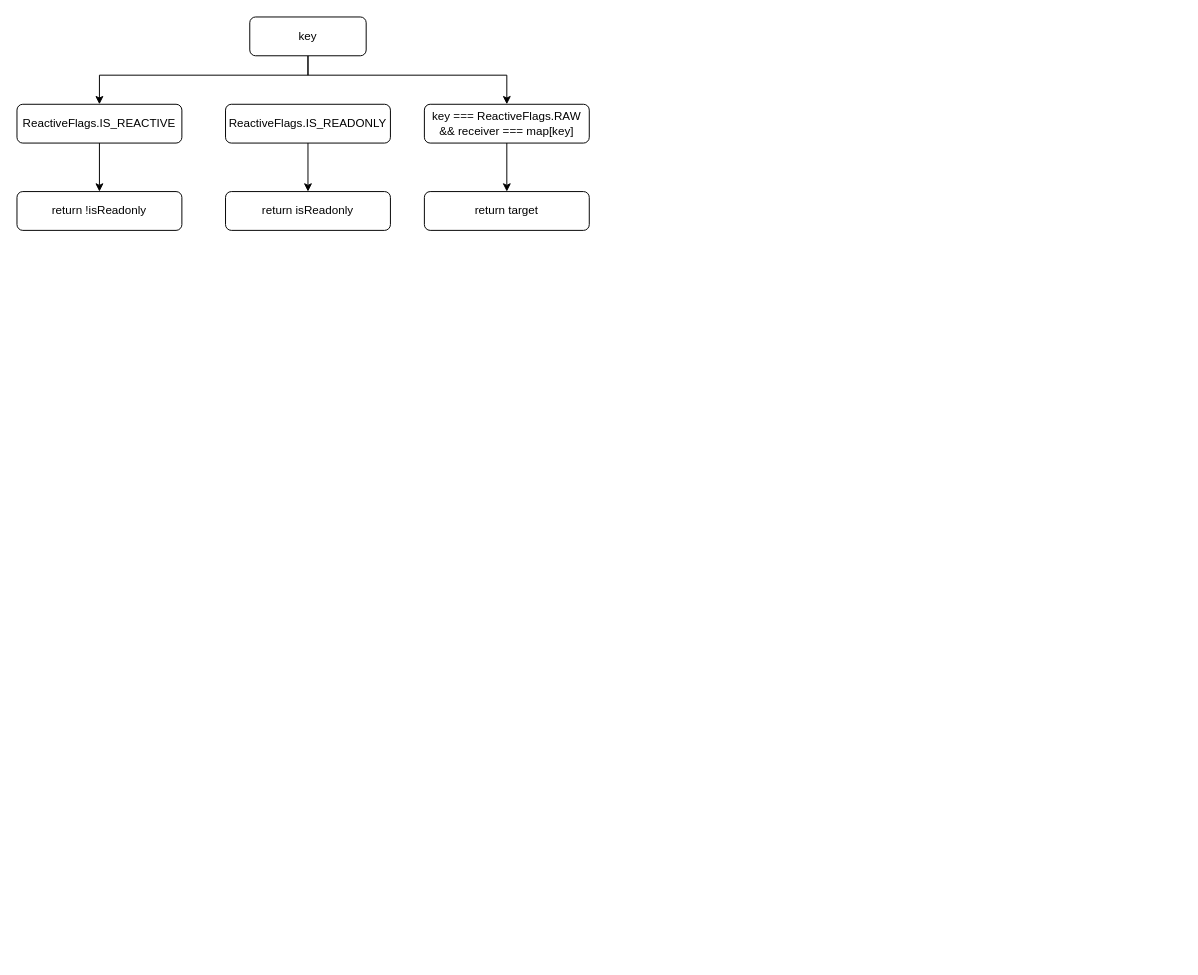
Before: public/get.drawio in cheekahao/note, a draw.io diagram. Source tidied: cells renumbered, new cells numbered last; positions are measured from the earlier drawing's top-left corner, leaving out a move shared by most shapes. Both pictures are drawn from the tidied source at 97%, with x=0, y=0 at pixel (16, 16).
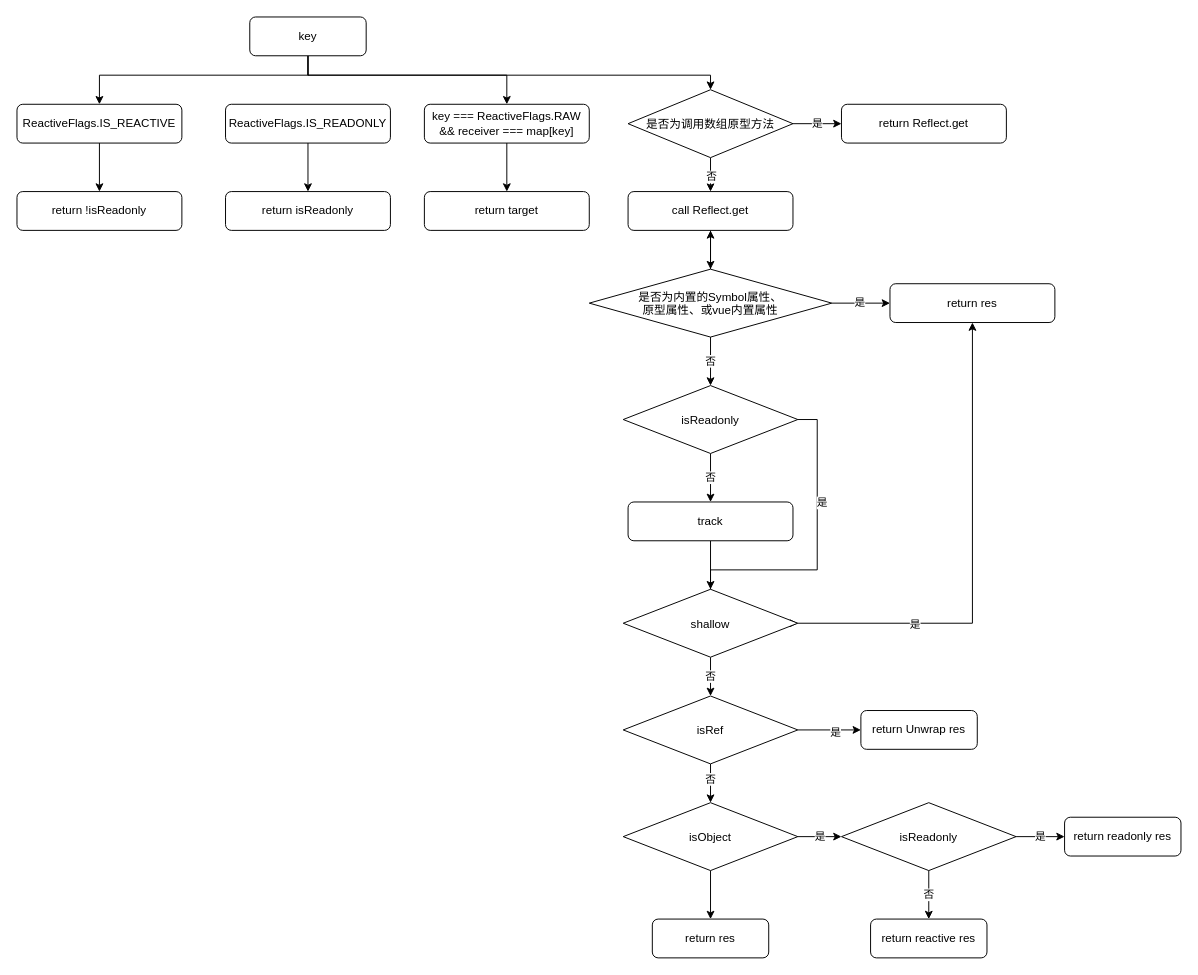
The same page after the edit.

The change refers to these unchanged cells:
```xml
<mxCell id="4" value="key" style="rounded=1;whiteSpace=wrap;fontSize=12;glass=0;strokeWidth=1;shadow=0;" parent="1" vertex="1">
  <mxGeometry x="240" width="120" height="40" as="geometry" />
</mxCell>
```

The edit, as a diff of the source:
```diff
@@
+    <mxCell id="14" style="edgeStyle=orthogonalEdgeStyle;rounded=0;jettySize=auto;html=1;" parent="1" edge="1" source="4" target="18">
+      <mxGeometry relative="1" as="geometry">
+        <Array as="points">
+          <mxPoint x="300" y="60" />
+          <mxPoint x="715" y="60" />
+        </Array>
+      </mxGeometry>
+    </mxCell>
@@
+    <mxCell id="15" value="是" style="edgeStyle=orthogonalEdgeStyle;rounded=0;jettySize=auto;html=1;" parent="1" edge="1" source="18" target="19">
+      <mxGeometry relative="1" as="geometry" />
+    </mxCell>
+    <mxCell id="16" style="edgeStyle=orthogonalEdgeStyle;rounded=0;jettySize=auto;html=1;" parent="1" edge="1" source="18" target="21">
+      <mxGeometry relative="1" as="geometry" />
+    </mxCell>
+    <mxCell id="17" value="否" style="edgeLabel;html=1;align=center;verticalAlign=middle;" parent="16" vertex="1">
+      <mxGeometry x="0.29" relative="1" as="geometry" />
+    </mxCell>
+    <mxCell id="18" value="是否为调用数组原型方法" style="rhombus;rounded=0;shadow=0;strokeWidth=1;glass=0;labelBackgroundColor=none;fontFamily=Helvetica;spacing=0;" parent="1" vertex="1">
+      <mxGeometry x="630" y="75" width="170" height="70" as="geometry" />
+    </mxCell>
+    <mxCell id="19" value="return Reflect.get" style="rounded=1;whiteSpace=wrap;fontSize=12;glass=0;strokeWidth=1;shadow=0;" parent="1" vertex="1">
+      <mxGeometry x="850" y="90" width="170" height="40" as="geometry" />
+    </mxCell>
+    <mxCell id="20" style="edgeStyle=orthogonalEdgeStyle;rounded=0;jettySize=auto;html=1;" parent="1" edge="1" source="21" target="26">
+      <mxGeometry relative="1" as="geometry" />
+    </mxCell>
+    <mxCell id="21" value="call Reflect.get" style="rounded=1;whiteSpace=wrap;fontSize=12;glass=0;strokeWidth=1;shadow=0;" parent="1" vertex="1">
+      <mxGeometry x="630" y="180" width="170" height="40" as="geometry" />
+    </mxCell>
+    <mxCell id="22" style="edgeStyle=orthogonalEdgeStyle;rounded=0;jettySize=auto;html=1;" parent="1" edge="1" source="26" target="21">
+      <mxGeometry relative="1" as="geometry" />
+    </mxCell>
+    <mxCell id="23" style="edgeStyle=orthogonalEdgeStyle;rounded=0;jettySize=auto;html=1;" parent="1" edge="1" source="26" target="27">
+      <mxGeometry relative="1" as="geometry" />
+    </mxCell>
+    <mxCell id="24" value="是" style="edgeLabel;html=1;align=center;verticalAlign=middle;" parent="23" vertex="1">
+      <mxGeometry x="-0.07" y="2" relative="1" as="geometry" />
+    </mxCell>
+    <mxCell id="25" value="否" style="edgeStyle=orthogonalEdgeStyle;rounded=0;jettySize=auto;html=1;" parent="1" edge="1" source="26" target="32">
+      <mxGeometry relative="1" as="geometry" />
+    </mxCell>
+    <mxCell id="26" value="是否为内置的Symbol属性、&#10;原型属性、或vue内置属性" style="rhombus;rounded=0;shadow=0;strokeWidth=1;glass=0;labelBackgroundColor=none;fontFamily=Helvetica;spacing=0;" parent="1" vertex="1">
+      <mxGeometry x="590" y="260" width="250" height="70" as="geometry" />
+    </mxCell>
+    <mxCell id="27" value="return res" style="rounded=1;whiteSpace=wrap;fontSize=12;glass=0;strokeWidth=1;shadow=0;" parent="1" vertex="1">
+      <mxGeometry x="900" y="275" width="170" height="40" as="geometry" />
+    </mxCell>
+    <mxCell id="28" style="edgeStyle=orthogonalEdgeStyle;rounded=0;jettySize=auto;html=1;" parent="1" edge="1" source="32" target="34">
+      <mxGeometry relative="1" as="geometry" />
+    </mxCell>
+    <mxCell id="29" value="否" style="edgeLabel;html=1;align=center;verticalAlign=middle;" parent="28" vertex="1">
+      <mxGeometry x="-0.04" y="-1" relative="1" as="geometry" />
+    </mxCell>
+    <mxCell id="30" style="edgeStyle=orthogonalEdgeStyle;rounded=0;jettySize=auto;html=1;entryX=1;entryY=0.5;entryDx=0;entryDy=0;" parent="1" edge="1" source="32" target="38">
+      <mxGeometry relative="1" as="geometry">
+        <Array as="points">
+          <mxPoint x="825" y="415" />
+          <mxPoint x="825" y="570" />
+          <mxPoint x="715" y="570" />
+          <mxPoint x="715" y="625" />
+        </Array>
+      </mxGeometry>
+    </mxCell>
+    <mxCell id="31" value="是" style="edgeLabel;html=1;align=center;verticalAlign=middle;" parent="30" vertex="1">
+      <mxGeometry x="-0.51" y="4" relative="1" as="geometry" />
+    </mxCell>
+    <mxCell id="32" value="isReadonly" style="rhombus;rounded=0;shadow=0;strokeWidth=1;glass=0;labelBackgroundColor=none;fontFamily=Helvetica;spacing=0;" parent="1" vertex="1">
+      <mxGeometry x="625" y="380" width="180" height="70" as="geometry" />
+    </mxCell>
+    <mxCell id="33" style="edgeStyle=orthogonalEdgeStyle;rounded=0;jettySize=auto;html=1;" parent="1" edge="1" source="34" target="38">
+      <mxGeometry relative="1" as="geometry" />
+    </mxCell>
+    <mxCell id="34" value="track" style="rounded=1;whiteSpace=wrap;fontSize=12;glass=0;strokeWidth=1;shadow=0;" parent="1" vertex="1">
+      <mxGeometry x="630" y="500" width="170" height="40" as="geometry" />
+    </mxCell>
+    <mxCell id="35" style="edgeStyle=orthogonalEdgeStyle;rounded=0;jettySize=auto;html=1;entryX=0.5;entryY=1;entryDx=0;entryDy=0;" parent="1" edge="1" source="38" target="27">
+      <mxGeometry relative="1" as="geometry" />
+    </mxCell>
+    <mxCell id="36" value="是" style="edgeLabel;html=1;align=center;verticalAlign=middle;" parent="35" vertex="1">
+      <mxGeometry x="-0.51" relative="1" as="geometry" />
+    </mxCell>
+    <mxCell id="37" value="否" style="edgeStyle=orthogonalEdgeStyle;rounded=0;jettySize=auto;html=1;" parent="1" edge="1" source="38" target="43">
+      <mxGeometry relative="1" as="geometry" />
+    </mxCell>
+    <mxCell id="38" value="shallow" style="rhombus;rounded=0;shadow=0;strokeWidth=1;glass=0;labelBackgroundColor=none;fontFamily=Helvetica;spacing=0;" parent="1" vertex="1">
+      <mxGeometry x="625" y="590" width="180" height="70" as="geometry" />
+    </mxCell>
+    <mxCell id="39" style="edgeStyle=orthogonalEdgeStyle;rounded=0;jettySize=auto;html=1;" parent="1" edge="1" source="43" target="45">
+      <mxGeometry relative="1" as="geometry" />
+    </mxCell>
+    <mxCell id="40" value="是" style="edgeLabel;html=1;align=center;verticalAlign=middle;" parent="39" vertex="1">
+      <mxGeometry x="0.17" y="-2" relative="1" as="geometry" />
+    </mxCell>
+    <mxCell id="41" style="edgeStyle=orthogonalEdgeStyle;rounded=0;jettySize=auto;html=1;" parent="1" edge="1" source="43" target="48">
+      <mxGeometry relative="1" as="geometry" />
+    </mxCell>
+    <mxCell id="42" value="否" style="edgeLabel;html=1;align=center;verticalAlign=middle;" parent="41" vertex="1">
+      <mxGeometry x="-0.25" y="-1" relative="1" as="geometry" />
+    </mxCell>
+    <mxCell id="43" value="isRef" style="rhombus;rounded=0;shadow=0;strokeWidth=1;glass=0;labelBackgroundColor=none;fontFamily=Helvetica;spacing=0;" parent="1" vertex="1">
+      <mxGeometry x="625" y="700" width="180" height="70" as="geometry" />
+    </mxCell>
+    <mxCell id="44" value="&lt;div style=&quot;color: rgb(212 , 212 , 212) ; background-color: rgb(30 , 30 , 30) ; font-family: &amp;#34;menlo&amp;#34; , &amp;#34;monaco&amp;#34; , &amp;#34;courier new&amp;#34; , monospace ; font-weight: normal ; font-size: 21px ; line-height: 32px&quot;&gt;&lt;br&gt;&lt;/div&gt;" style="text;whiteSpace=wrap;html=1;" parent="1" vertex="1">
+      <mxGeometry x="920" y="760" width="100" height="50" as="geometry" />
+    </mxCell>
+    <mxCell id="45" value="return Unwrap res" style="rounded=1;whiteSpace=wrap;fontSize=12;glass=0;strokeWidth=1;shadow=0;" parent="1" vertex="1">
+      <mxGeometry x="870" y="715" width="120" height="40" as="geometry" />
+    </mxCell>
+    <mxCell id="46" value="是" style="edgeStyle=orthogonalEdgeStyle;rounded=0;jettySize=auto;html=1;" parent="1" edge="1" source="48" target="52">
+      <mxGeometry relative="1" as="geometry" />
+    </mxCell>
+    <mxCell id="47" style="edgeStyle=orthogonalEdgeStyle;rounded=0;jettySize=auto;html=1;" parent="1" edge="1" source="48" target="55">
+      <mxGeometry relative="1" as="geometry" />
+    </mxCell>
+    <mxCell id="48" value="isObject" style="rhombus;rounded=0;shadow=0;strokeWidth=1;glass=0;labelBackgroundColor=none;fontFamily=Helvetica;spacing=0;" parent="1" vertex="1">
+      <mxGeometry x="625" y="810" width="180" height="70" as="geometry" />
+    </mxCell>
+    <mxCell id="49" value="是" style="edgeStyle=orthogonalEdgeStyle;rounded=0;jettySize=auto;html=1;" parent="1" edge="1" source="52" target="53">
+      <mxGeometry relative="1" as="geometry" />
+    </mxCell>
+    <mxCell id="50" style="edgeStyle=orthogonalEdgeStyle;rounded=0;jettySize=auto;html=1;" parent="1" edge="1" source="52" target="54">
+      <mxGeometry relative="1" as="geometry" />
+    </mxCell>
+    <mxCell id="51" value="否" style="edgeLabel;html=1;align=center;verticalAlign=middle;" parent="50" vertex="1">
+      <mxGeometry x="-0.04" y="-1" relative="1" as="geometry" />
+    </mxCell>
+    <mxCell id="52" value="isReadonly" style="rhombus;rounded=0;shadow=0;strokeWidth=1;glass=0;labelBackgroundColor=none;fontFamily=Helvetica;spacing=0;" parent="1" vertex="1">
+      <mxGeometry x="850" y="810" width="180" height="70" as="geometry" />
+    </mxCell>
+    <mxCell id="53" value="return readonly res" style="rounded=1;whiteSpace=wrap;fontSize=12;glass=0;strokeWidth=1;shadow=0;" parent="1" vertex="1">
+      <mxGeometry x="1080" y="825" width="120" height="40" as="geometry" />
+    </mxCell>
+    <mxCell id="54" value="return reactive res" style="rounded=1;whiteSpace=wrap;fontSize=12;glass=0;strokeWidth=1;shadow=0;" parent="1" vertex="1">
+      <mxGeometry x="880" y="930" width="120" height="40" as="geometry" />
+    </mxCell>
+    <mxCell id="55" value="return res" style="rounded=1;whiteSpace=wrap;fontSize=12;glass=0;strokeWidth=1;shadow=0;" parent="1" vertex="1">
+      <mxGeometry x="655" y="930" width="120" height="40" as="geometry" />
+    </mxCell>
```
